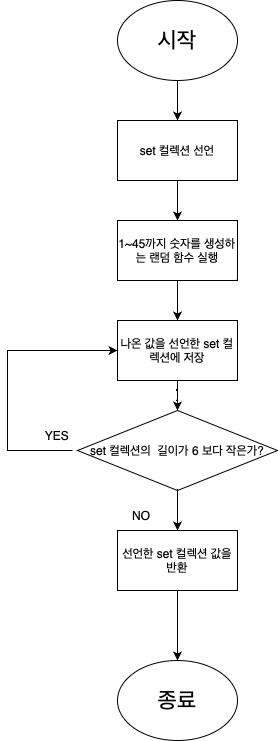
Before: week2_step1_diagram.png, a diagram exported from draw.io (yagom-academy/swift-starter-Round2). Source tidied: cells renumbered, new cells last; positions are measured from the earlier drawing's top-left corner, leaving out a move shared by most shapes.
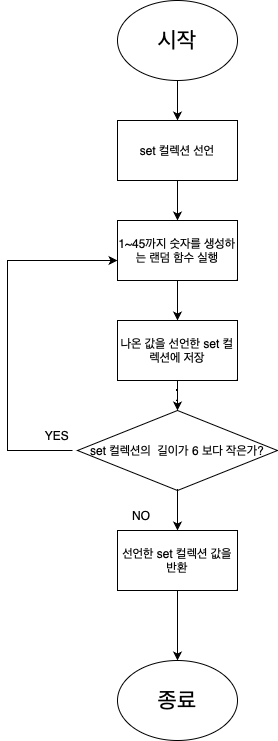
The same file after the commit.

Commit message:
week2_step1 diagram 수정

Diff of the diagram source:
```diff
@@ -26,11 +26,12 @@
     <mxCell id="9" value="1~45까지 숫자를 생성하는 랜덤 함수 실행&lt;br&gt;" style="rounded=0;whiteSpace=wrap;html=1;" parent="1" vertex="1">
       <mxGeometry x="110" y="220" width="120" height="60" as="geometry" />
     </mxCell>
-    <mxCell id="10" style="edgeStyle=orthogonalEdgeStyle;rounded=0;jettySize=auto;html=1;exitX=0.75;exitY=1;exitDx=0;exitDy=0;entryX=0;entryY=0.5;entryDx=0;entryDy=0;fontSize=12;" parent="1" edge="1" source="11" target="17">
+    <mxCell id="10" style="edgeStyle=orthogonalEdgeStyle;rounded=0;jettySize=auto;html=1;exitX=0.75;exitY=1;exitDx=0;exitDy=0;fontSize=12;" parent="1" edge="1" source="11">
       <mxGeometry relative="1" as="geometry">
+        <mxPoint x="110" y="260" as="targetPoint" />
         <Array as="points">
           <mxPoint y="450" />
-          <mxPoint y="350" />
+          <mxPoint y="260" />
         </Array>
       </mxGeometry>
     </mxCell>
```
